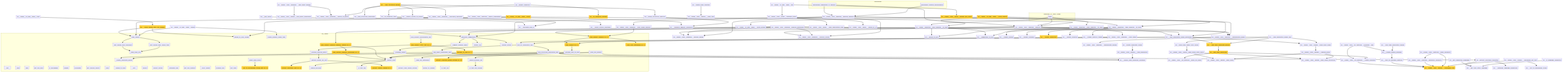
The Mermaid diagram project/flow.png in semcod/redup, before a commit. Its source is kept beside it as project/flow.mmd.
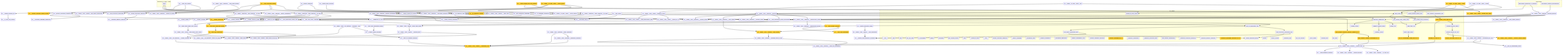
After the change.

What changed in the source:
```diff
@@ -23,6 +23,22 @@
         src__get_cached_results["get_cached_results"]
         src__redup__core__hash_cache__HashCache__clear["clear"]
         src__redup__core__hash_cache___config_to_hash["_config_to_hash"]
+        src____init__["__init__"]
+        src__extract_universal_signature["extract_universal_signature"]
+        src___detect_language["_detect_language"]
+        src___normalize_code["_normalize_code"]
+        src___remove_comments["_remove_comments"]
+        src___normalize_identifiers["_normalize_identifiers"]
+        src___detect_component_type["_detect_component_type"]
+        src___extract_semantic_patterns["_extract_semantic_patterns"]
+        src___extract_metadata("_extract_metadata CC=11")
+        src___compute_complexity["_compute_complexity"]
+        src___compute_structure_hash["_compute_structure_hash"]
+        src____init__["__init__"]
+        src__find_similar_components["find_similar_components"]
+        src___compute_universal_similarity["_compute_universal_similarity"]
+        src___compute_pattern_similarity["_compute_pattern_similarity"]
+        src___compute_metadata_similarity("_compute_metadata_similarity CC=10")
         src__find_exact_duplicates_lazy["find_exact_duplicates_lazy"]
         src__find_structural_duplicates_lazy["find_structural_duplicates_lazy"]
         src___create_duplicate_group["_create_duplicate_group"]
@@ -51,29 +67,13 @@
         src___extract_blocks_for_file["_extract_blocks_for_file"]
         src___process_sources_batch["_process_sources_batch"]
         src__scan_project_incremental_fast["scan_project_incremental_fast"]
-        src__redup__core__scanner___should_exclude["_should_exclude"]
-        src__redup__core__scanner___collect_files["_collect_files"]
-        src__redup__core__scanner___is_test_file["_is_test_file"]
-        src__redup__core__scanner___read_file_optimized["_read_file_optimized"]
-        src__redup__core__scanner___extract_blocks_sliding("_extract_blocks_sliding CC=13")
-        src___extract_class_blocks_python["_extract_class_blocks_python"]
-        src___extract_function_blocks_python("_extract_function_blocks_python CC=10")
-        src__redup__core__scanner___preload_files_to_ram["_preload_files_to_ram"]
-        src__redup__core__scanner__scan_project("scan_project CC=12")
-        src__sorted_by_impact["sorted_by_impact"]
-        src___scan_file_worker["_scan_file_worker"]
-        src___should_process_file["_should_process_file"]
-        src__redup__core__parallel_scanner___is_test_file["_is_test_file"]
-        src__scan_project_parallel("scan_project_parallel CC=11")
-        src___find_files_optimized("_find_files_optimized CC=10")
-        src___is_test_file_cached["_is_test_file_cached"]
     end
+    examples__01_basic_usage__main --> src__redup__core__pipeline__analyze
+    examples__01_basic_usage__main --> src__redup__reporters__toon_reporter__to_toon
+    examples__01_basic_usage__main --> src__redup__reporters__json_reporter__to_json
     benchmark__benchmark_sequential_vs_parallel --> src__redup__core__pipeline__analyze
     benchmark__benchmark_sequential_vs_parallel --> src__redup__core__pipeline__analyze_parallel
     benchmark__benchmark_feature_performance --> src__redup__core__pipeline__analyze_parallel
-    examples__01_basic_usage__main --> src__redup__core__pipeline__analyze
-    examples__01_basic_usage__main --> src__redup__reporters__toon_reporter__to_toon
-    examples__01_basic_usage__main --> src__redup__reporters__json_reporter__to_json
     src___get_config_from_pyproject --> src__redup__core__config___load_toml_file
     src___get_config_from_redup_toml --> src__redup__core__config___load_toml_file
     src__redup__core__config__load_config --> src___get_config_from_redup_toml
@@ -99,6 +99,7 @@
     src___extract_blocks_for_file --> src__extract_functions_fast
     src___process_sources_batch --> src___extract_blocks_for_file
     src__scan_project_incremental_fast --> src__scan_project_ultra_fast
+    src__redup__core__scanner___collect_files --> src___load_gitignore_patterns
     src__redup__core__scanner___collect_files --> src__redup__core__scanner___should_exclude
     src__redup__core__scanner___collect_files --> src__redup__core__scanner___is_test_file
     src__redup__core__scanner___preload_files_to_ram --> src__redup__core__scanner___collect_files
@@ -118,13 +119,11 @@
     src__find_near_duplicates --> src__redup__core__lsh_matcher___create_minhash
     src___find_near_duplicates_simple --> src___create_simple_minhash
     src__find_near_duplicates --> src__redup__core__lsh_matcher__build_lsh_index
-    src__extract_functions_treesitter --> src___get_tree_sitter_language
-    src__extract_functions_treesitter --> src___initialize_language_dispatcher
-    src__get_supported_languages --> src___get_tree_sitter_language
-    src__is_language_supported --> src___get_tree_sitter_language
-    src__redup__core__cache__hash_block_with_cache --> src__redup__core__hasher__hash_block
-    src__redup__core__cache__hash_block_with_cache --> src__redup__core__hasher__hash_block_structural
-    src__build_hash_index_with_cache --> src__redup__core__cache__hash_block_with_cache
+    src__redup__core__matcher__sequence_similarity --> src__redup__core__hasher___normalize_text
+    src__redup__core__matcher__fuzzy_similarity --> src__redup__core__hasher___normalize_text
+    src__redup__core__matcher__fuzzy_similarity --> src__redup__core__matcher__sequence_similarity
+    src__redup__core__matcher__match_candidates --> src___compare_against_reference
+    src__refine_structural_matches --> src___compare_against_reference
     src__redup__core__pipeline__analyze --> src__redup__core__pipeline___ensure_config
     src__redup__core__pipeline__analyze --> src__redup__core__pipeline___scan_phase
     src__redup__core__pipeline__analyze --> src__redup__core__pipeline___process_blocks
@@ -162,40 +161,43 @@
     src__redup__core__pipeline__analyze_parallel --> src___find_duplicates_phase_optimized
     src__redup__core__pipeline__analyze_parallel --> src__redup__core__pipeline___deduplicate_phase
     src__redup__core__pipeline__analyze_parallel --> src__redup__core__planner__generate_suggestions
-    src___get_layers --> src___calculate_avg_cc
-    src__to_code2llm_toon --> src___calculate_avg_cc
-    src__to_code2llm_toon --> src___count_critical_functions
-    src__export_code2llm --> src__to_code2llm_toon
-    src__export_code2llm --> src__to_code2llm_context
-    src__redup__reporters__json_reporter__to_json --> src___group_to_dict
-    src__redup__reporters__json_reporter__to_json --> src___suggestion_to_dict
-    src__redup__reporters__toon_reporter__to_toon --> src___render_header
-    src__redup__reporters__toon_reporter__to_toon --> src___render_summary
-    src__redup__reporters__toon_reporter__to_toon --> src___render_duplicates
-    src__redup__reporters__toon_reporter__to_toon --> src___render_refactor
-    src__redup__reporters__toon_reporter__to_toon --> src___render_metrics_target
-    src__redup__reporters__yaml_reporter__to_yaml --> src___group_to_dict
-    src__redup__reporters__yaml_reporter__to_yaml --> src___suggestion_to_dict
-    src__redup__core__matcher__sequence_similarity --> src__redup__core__hasher___normalize_text
-    src__redup__core__matcher__fuzzy_similarity --> src__redup__core__hasher___normalize_text
-    src__redup__core__matcher__fuzzy_similarity --> src__redup__core__matcher__sequence_similarity
-    src__redup__core__matcher__match_candidates --> src___compare_against_reference
-    src__refine_structural_matches --> src___compare_against_reference
-    src__create_hash_function --> src__redup__core__hasher___hash_text
-    src__create_duplicate_finder --> src__redup__core__hasher___find_duplicates
+    src__redup__core__cache__hash_block_with_cache --> src__redup__core__hasher__hash_block
+    src__redup__core__cache__hash_block_with_cache --> src__redup__core__hasher__hash_block_structural
+    src__build_hash_index_with_cache --> src__redup__core__cache__hash_block_with_cache
+    src__extract_functions_treesitter --> src___get_tree_sitter_language
+    src__extract_functions_treesitter --> src___initialize_language_dispatcher
+    src__get_supported_languages --> src___get_tree_sitter_language
+    src__is_language_supported --> src___get_tree_sitter_language
     src__redup__core__hasher___normalize_ast_text --> src___ast_to_normalized_string
     src__redup__core__hasher___normalize_ast_text --> src__redup__core__hasher___normalize_text
     src__redup__core__hasher___hashed_block --> src__redup__core__hasher__hash_block
     src__redup__core__hasher___hashed_block --> src__redup__core__hasher__hash_block_structural
     src__redup__core__hasher__build_hash_index --> src__redup__core__hasher___hashed_block
     src__redup__core__hasher___find_duplicates --> src___blocks_from_different_locations
+    src__redup__reporters__json_reporter__to_json --> src___group_to_dict
+    src__redup__reporters__json_reporter__to_json --> src___suggestion_to_dict
+    src__redup__core__differ__compare_scans --> src__redup__core__differ___load_duplication_map
+    src__redup__core__differ__compare_scans --> src__redup__core__differ___group_by_id
+    src__redup__reporters__yaml_reporter__to_yaml --> src___group_to_dict
+    src__redup__reporters__yaml_reporter__to_yaml --> src___suggestion_to_dict
+    src___get_layers --> src___calculate_avg_cc
+    src__to_code2llm_toon --> src___calculate_avg_cc
+    src__to_code2llm_toon --> src___count_critical_functions
+    src__export_code2llm --> src__to_code2llm_toon
+    src__export_code2llm --> src__to_code2llm_context
+    src__redup__reporters__toon_reporter__to_toon --> src___render_header
+    src__redup__reporters__toon_reporter__to_toon --> src___render_summary
+    src__redup__reporters__toon_reporter__to_toon --> src___render_duplicates
+    src__redup__reporters__toon_reporter__to_toon --> src___render_refactor
+    src__redup__reporters__toon_reporter__to_toon --> src___render_metrics_target
+    src__create_hash_function --> src__redup__core__hasher___hash_text
+    src__create_duplicate_finder --> src__redup__core__hasher___find_duplicates
     src___build_config_with_file_support --> src__redup__core__config__load_config
     src___build_config_with_file_support --> src__redup__core__config__config_to_scan_config
     src__redup__cli_app__main___write_results --> src__redup__cli_app__main___write_output
     src__redup__cli_app__main___write_results --> src__redup__reporters__json_reporter__to_json
     src__redup__cli_app__main___write_results --> src__redup__reporters__yaml_reporter__to_yaml
     src__redup__cli_app__main___write_results --> src__redup__reporters__toon_reporter__to_toon
-    src__redup__cli_app__main__scan --> src___build_config_with_file_support
     src__redup__cli_app__main__diff --> src__redup__core__differ__compare_scans
     src__redup__cli_app__main__diff --> src__redup__core__differ__format_diff_result
     src__redup__cli_app__main__check --> src__redup__core__config__load_config
@@ -203,9 +205,8 @@
     src__redup__cli_app__main__check --> src__redup__core__pipeline__analyze
     src__redup__cli_app__main__config --> src__redup__core__config__create_sample_redup_toml
     src__redup__cli_app__main__config --> src__redup__core__config__load_config
-    src__redup__core__differ__compare_scans --> src__redup__core__differ___load_duplication_map
-    src__redup__core__differ__compare_scans --> src__redup__core__differ___group_by_id
 
     classDef highCC fill:#ff6b6b,stroke:#c92a2a,color:#fff
     classDef medCC fill:#ffd43b,stroke:#f08c00,color:#000
-    class src__scan_project_memory_optimized,src__scan_project_parallel_memory_optimized,src__preload_to_ram,src___ast_to_normalized_string_fast,src__extract_functions_fast,src__scan_project_ultra_fast,src__redup__core__scanner___extract_blocks_sliding,src___extract_function_blocks_python,src__redup__core__scanner__scan_project,src__scan_project_parallel,src___find_files_optimized,src__find_near_duplicates,src__find_all_near_duplicates,src___find_structural_groups,src___find_near_duplicate_groups,src__to_markdown,src__to_code2llm_context,src___get_refactoring_metrics,src___render_duplicates,src__redup__core__hasher___normalize_text,src___build_config_with_file_support,src__redup__cli_app__main___write_results,src__redup__cli_app__main__check,src__redup__core__differ__format_diff_result medCC
+    class src__redup__cli_app__main___apply_fuzzy_similarity highCC
+    class src___extract_metadata,src___compute_metadata_similarity,src__scan_project_memory_optimized,src__scan_project_parallel_memory_optimized,src__preload_to_ram,src___ast_to_normalized_string_fast,src__extract_functions_fast,src__scan_project_ultra_fast,src__redup__core__scanner___extract_blocks_sliding,src___extract_function_blocks_python,src__redup__core__scanner__scan_project,src__scan_project_parallel,src___find_files_optimized,src__find_near_duplicates,src__find_all_near_duplicates,src___find_structural_groups,src___find_near_duplicate_groups,src___normalize_css_value,src___detect_css_component_type,src___compute_similarity,src___compute_attribute_similarity,src__to_markdown,src__redup__core__hasher___normalize_text,src__redup__core__differ__format_diff_result,src__to_code2llm_context,src___render_duplicates,src___get_refactoring_metrics,src___build_config_with_file_support,src__redup__cli_app__main___write_results,src__redup__cli_app__main__check medCC
```
